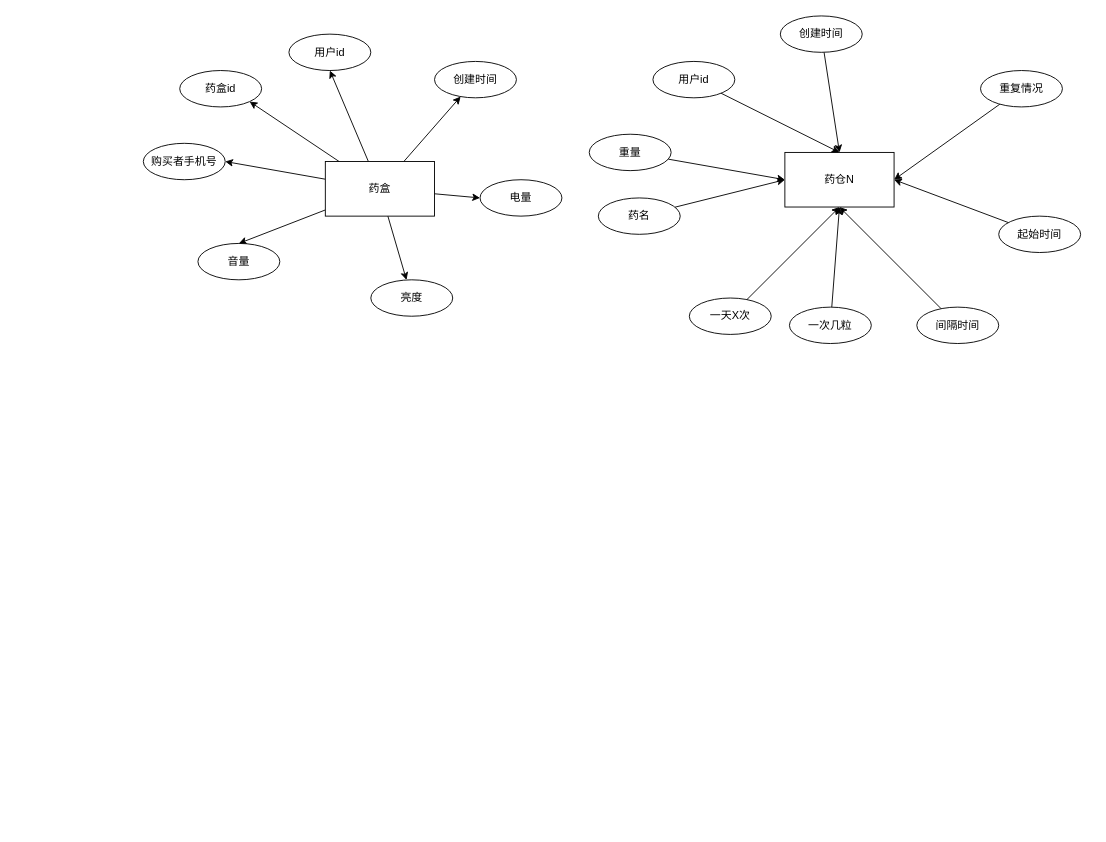
The draw.io diagram 药盒概念结构.drawio in 177-Liukuan/MyPicture, before the edit. Source tidied: cells renumbered, new cells numbered last; positions are measured from the earlier drawing's top-left corner, leaving out a move shared by most shapes. Both pictures are drawn from the tidied source at 91%, with x=0, y=0 at pixel (143, 15).
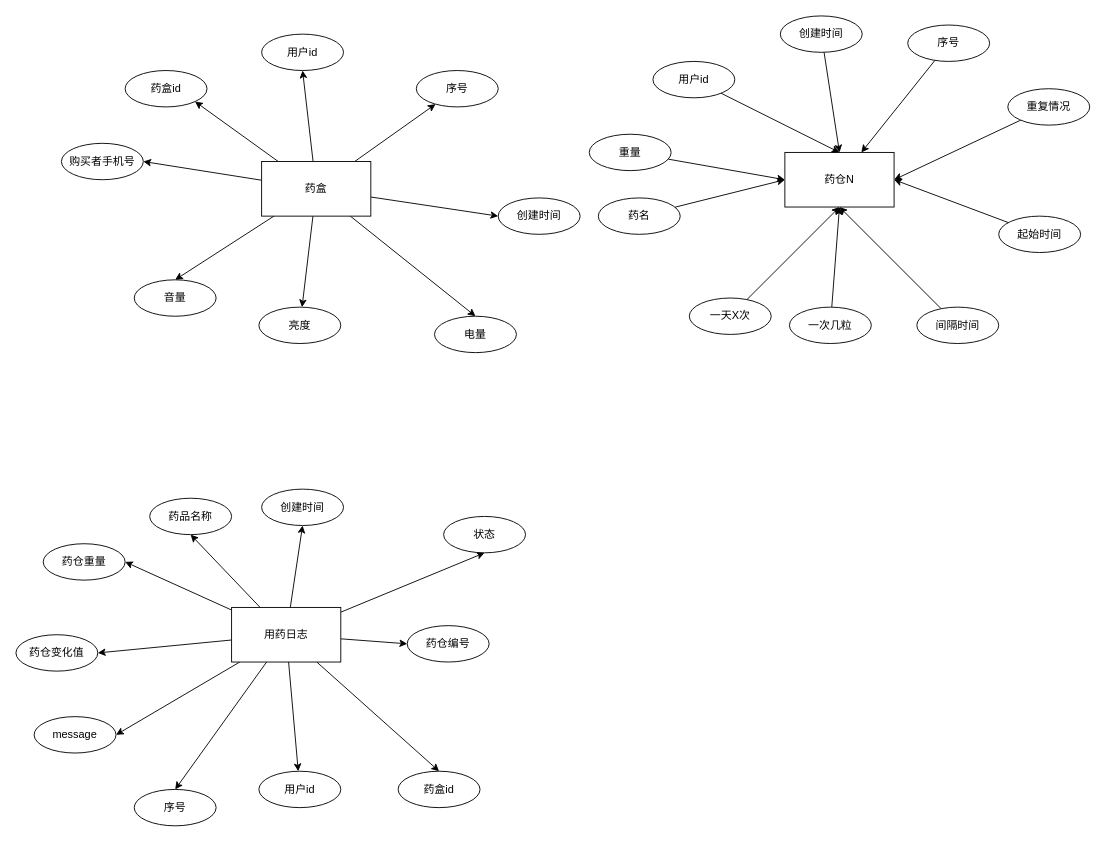
Above is the later version.

Commit message:
更新药盒概念结构.drawio

The change refers to these unchanged cells:
```xml
<mxCell id="2" value="药仓N" style="rounded=0;whiteSpace=wrap;html=1;" parent="1" vertex="1">
  <mxGeometry x="705" y="150" width="120" height="60" as="geometry" />
</mxCell>
```

Diff of the diagram source:
```diff
@@
     <mxCell id="18" value="重复情况" style="ellipse;whiteSpace=wrap;html=1;" parent="1" vertex="1">
-      <mxGeometry x="920" y="60" width="90" height="40" as="geometry" />
+      <mxGeometry x="950" y="80" width="90" height="40" as="geometry" />
     </mxCell>
@@
-    <mxCell id="22" style="rounded=0;jettySize=auto;html=1;" parent="1" edge="1" source="28" target="34">
+    <mxCell id="22" style="rounded=0;jettySize=auto;html=1;entryX=0;entryY=0.5;entryDx=0;entryDy=0;" parent="1" edge="1" source="28" target="34">
       <mxGeometry relative="1" as="geometry" />
     </mxCell>
-    <mxCell id="23" style="rounded=0;jettySize=auto;html=1;entryX=0;entryY=0.5;entryDx=0;entryDy=0;" parent="1" edge="1" source="28" target="33">
+    <mxCell id="23" style="rounded=0;jettySize=auto;html=1;entryX=0.5;entryY=0;entryDx=0;entryDy=0;" parent="1" edge="1" source="28" target="33">
       <mxGeometry relative="1" as="geometry" />
     </mxCell>
@@
+    <mxCell id="36" style="rounded=0;jettySize=auto;html=1;" parent="1" edge="1" source="28" target="39">
+      <mxGeometry relative="1" as="geometry" />
+    </mxCell>
     <mxCell id="28" value="药盒" style="rounded=0;whiteSpace=wrap;html=1;" parent="1" vertex="1">
-      <mxGeometry x="200" y="160" width="120" height="60" as="geometry" />
+      <mxGeometry x="130" y="160" width="120" height="60" as="geometry" />
     </mxCell>
     <mxCell id="29" value="用户id" style="ellipse;whiteSpace=wrap;html=1;" parent="1" vertex="1">
-      <mxGeometry x="160" y="20" width="90" height="40" as="geometry" />
+      <mxGeometry x="130" y="20" width="90" height="40" as="geometry" />
     </mxCell>
     <mxCell id="30" value="购买者手机号" style="ellipse;whiteSpace=wrap;html=1;" parent="1" vertex="1">
-      <mxGeometry y="140" width="90" height="40" as="geometry" />
+      <mxGeometry x="-90" y="140" width="90" height="40" as="geometry" />
     </mxCell>
     <mxCell id="31" value="药盒id" style="ellipse;whiteSpace=wrap;html=1;" parent="1" vertex="1">
-      <mxGeometry x="40" y="60" width="90" height="40" as="geometry" />
+      <mxGeometry x="-20" y="60" width="90" height="40" as="geometry" />
     </mxCell>
     <mxCell id="32" value="音量" style="ellipse;whiteSpace=wrap;html=1;" parent="1" vertex="1">
-      <mxGeometry x="60" y="250" width="90" height="40" as="geometry" />
+      <mxGeometry x="-10" y="290" width="90" height="40" as="geometry" />
     </mxCell>
     <mxCell id="33" value="电量" style="ellipse;whiteSpace=wrap;html=1;" parent="1" vertex="1">
-      <mxGeometry x="370" y="180" width="90" height="40" as="geometry" />
+      <mxGeometry x="320" y="330" width="90" height="40" as="geometry" />
     </mxCell>
     <mxCell id="34" value="创建时间" style="ellipse;whiteSpace=wrap;html=1;" parent="1" vertex="1">
-      <mxGeometry x="320" y="50" width="90" height="40" as="geometry" />
+      <mxGeometry x="390" y="200" width="90" height="40" as="geometry" />
     </mxCell>
     <mxCell id="35" value="亮度" style="ellipse;whiteSpace=wrap;html=1;" parent="1" vertex="1">
-      <mxGeometry x="250" y="290" width="90" height="40" as="geometry" />
+      <mxGeometry x="127" y="320" width="90" height="40" as="geometry" />
     </mxCell>
+    <mxCell id="37" style="rounded=0;jettySize=auto;html=1;" parent="1" edge="1" source="38" target="2">
+      <mxGeometry relative="1" as="geometry" />
+    </mxCell>
+    <mxCell id="38" value="序号" style="ellipse;whiteSpace=wrap;html=1;" parent="1" vertex="1">
+      <mxGeometry x="840" y="10" width="90" height="40" as="geometry" />
+    </mxCell>
+    <mxCell id="39" value="序号" style="ellipse;whiteSpace=wrap;html=1;" parent="1" vertex="1">
+      <mxGeometry x="300" y="60" width="90" height="40" as="geometry" />
+    </mxCell>
+    <mxCell id="40" style="rounded=0;jettySize=auto;html=1;entryX=0.5;entryY=1;entryDx=0;entryDy=0;" parent="1" edge="1" source="50" target="60">
+      <mxGeometry relative="1" as="geometry" />
+    </mxCell>
+    <mxCell id="41" style="rounded=0;jettySize=auto;html=1;entryX=0.5;entryY=1;entryDx=0;entryDy=0;" parent="1" edge="1" source="50" target="56">
+      <mxGeometry relative="1" as="geometry" />
+    </mxCell>
+    <mxCell id="42" style="rounded=0;jettySize=auto;html=1;entryX=0.5;entryY=1;entryDx=0;entryDy=0;" parent="1" edge="1" source="50" target="55">
+      <mxGeometry relative="1" as="geometry" />
+    </mxCell>
+    <mxCell id="43" style="rounded=0;jettySize=auto;html=1;entryX=0;entryY=0.5;entryDx=0;entryDy=0;" parent="1" edge="1" source="50" target="54">
+      <mxGeometry relative="1" as="geometry" />
+    </mxCell>
+    <mxCell id="44" style="rounded=0;jettySize=auto;html=1;entryX=0.5;entryY=0;entryDx=0;entryDy=0;" parent="1" edge="1" source="50" target="53">
+      <mxGeometry relative="1" as="geometry" />
+    </mxCell>
+    <mxCell id="45" style="rounded=0;jettySize=auto;html=1;" parent="1" edge="1" source="50" target="52">
+      <mxGeometry relative="1" as="geometry" />
+    </mxCell>
+    <mxCell id="46" style="rounded=0;jettySize=auto;html=1;entryX=0.5;entryY=0;entryDx=0;entryDy=0;" parent="1" edge="1" source="50" target="51">
+      <mxGeometry relative="1" as="geometry" />
+    </mxCell>
+    <mxCell id="47" style="rounded=0;jettySize=auto;html=1;entryX=1;entryY=0.5;entryDx=0;entryDy=0;" parent="1" edge="1" source="50" target="59">
+      <mxGeometry relative="1" as="geometry" />
+    </mxCell>
+    <mxCell id="48" style="rounded=0;jettySize=auto;html=1;entryX=1;entryY=0.5;entryDx=0;entryDy=0;" parent="1" edge="1" source="50" target="58">
+      <mxGeometry relative="1" as="geometry" />
+    </mxCell>
+    <mxCell id="49" style="rounded=0;jettySize=auto;html=1;entryX=1;entryY=0.5;entryDx=0;entryDy=0;" parent="1" edge="1" source="50" target="57">
+      <mxGeometry relative="1" as="geometry" />
+    </mxCell>
+    <mxCell id="50" value="用药日志" style="rounded=0;whiteSpace=wrap;html=1;" parent="1" vertex="1">
+      <mxGeometry x="97" y="650" width="120" height="60" as="geometry" />
+    </mxCell>
+    <mxCell id="51" value="序号&lt;br&gt;" style="ellipse;whiteSpace=wrap;html=1;" parent="1" vertex="1">
+      <mxGeometry x="-10" y="850" width="90" height="40" as="geometry" />
+    </mxCell>
+    <mxCell id="52" value="用户id" style="ellipse;whiteSpace=wrap;html=1;" parent="1" vertex="1">
+      <mxGeometry x="127" y="830" width="90" height="40" as="geometry" />
+    </mxCell>
+    <mxCell id="53" value="药盒id" style="ellipse;whiteSpace=wrap;html=1;" parent="1" vertex="1">
+      <mxGeometry x="280" y="830" width="90" height="40" as="geometry" />
+    </mxCell>
+    <mxCell id="54" value="药仓编号" style="ellipse;whiteSpace=wrap;html=1;" parent="1" vertex="1">
+      <mxGeometry x="290" y="670" width="90" height="40" as="geometry" />
+    </mxCell>
+    <mxCell id="55" value="状态" style="ellipse;whiteSpace=wrap;html=1;" parent="1" vertex="1">
+      <mxGeometry x="330" y="550" width="90" height="40" as="geometry" />
+    </mxCell>
+    <mxCell id="56" value="创建时间" style="ellipse;whiteSpace=wrap;html=1;" parent="1" vertex="1">
+      <mxGeometry x="130" y="520" width="90" height="40" as="geometry" />
+    </mxCell>
+    <mxCell id="57" value="药仓重量" style="ellipse;whiteSpace=wrap;html=1;" parent="1" vertex="1">
+      <mxGeometry x="-110" y="580" width="90" height="40" as="geometry" />
+    </mxCell>
+    <mxCell id="58" value="药仓变化值" style="ellipse;whiteSpace=wrap;html=1;" parent="1" vertex="1">
+      <mxGeometry x="-140" y="680" width="90" height="40" as="geometry" />
+    </mxCell>
+    <mxCell id="59" value="message" style="ellipse;whiteSpace=wrap;html=1;" parent="1" vertex="1">
+      <mxGeometry x="-120" y="770" width="90" height="40" as="geometry" />
+    </mxCell>
+    <mxCell id="60" value="药品名称" style="ellipse;whiteSpace=wrap;html=1;" parent="1" vertex="1">
+      <mxGeometry x="7" y="530" width="90" height="40" as="geometry" />
+    </mxCell>
```
